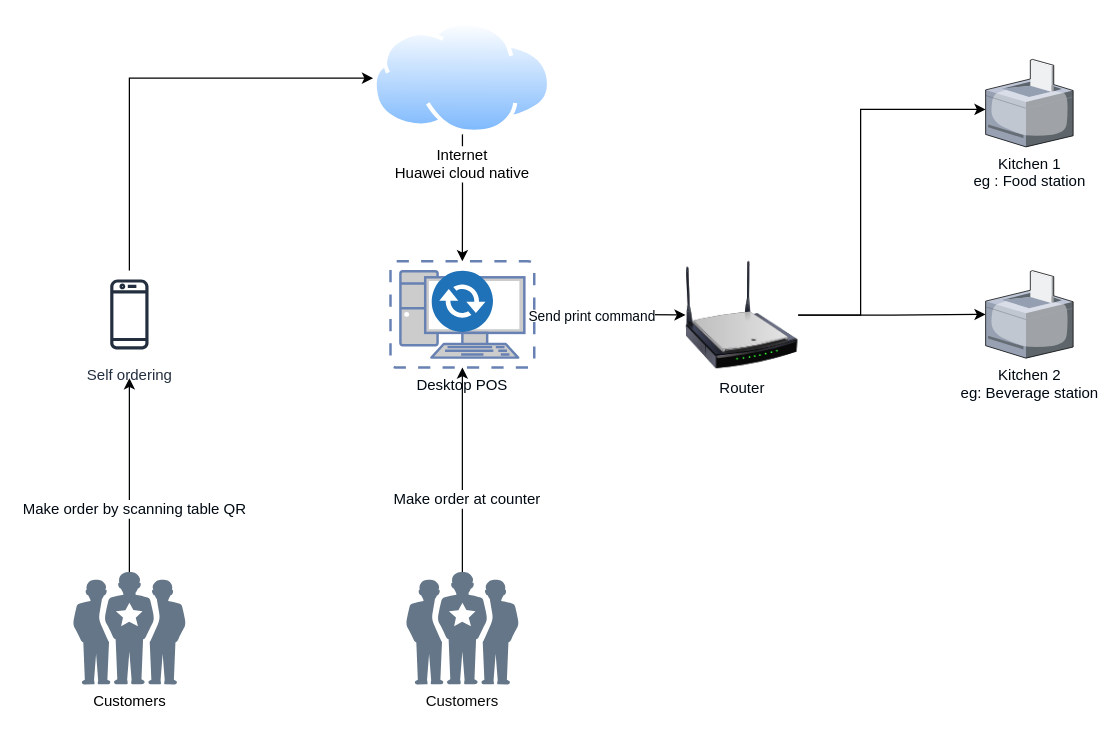
Before: Untitled Diagram.drawio in alifhaikal88/alifhaikal88.github.io, a draw.io diagram. Source tidied: cells renumbered, new cells numbered last; positions are measured from the earlier drawing's top-left corner, leaving out a move shared by most shapes. Both pictures are drawn from the tidied source at 125%, with x=0, y=0 at pixel (72, 21).
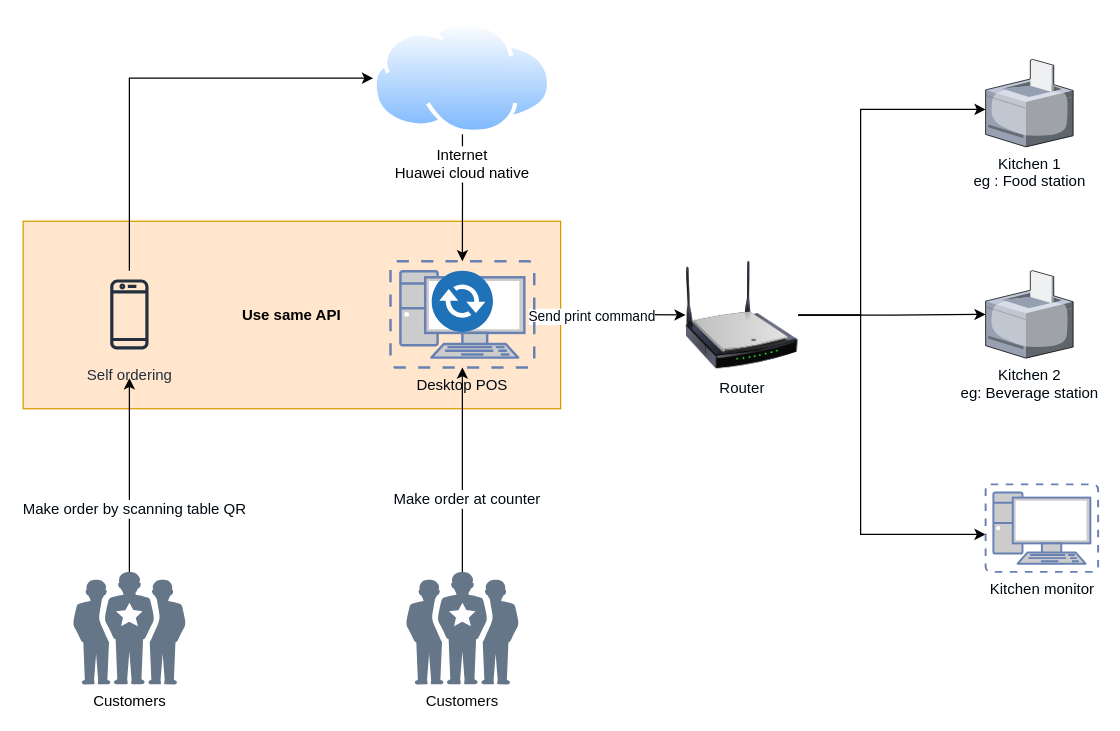
After the change.

The change refers to these unchanged cells:
```xml
<mxCell id="16" value="Router" style="image;html=1;image=img/lib/clip_art/networking/Wireless_Router_N_128x128.png;fontColor=#000912;" parent="1" vertex="1">
  <mxGeometry x="490" y="190" width="90" height="89" as="geometry" />
</mxCell>
```

Diff of the diagram source:
```diff
@@
+    <mxCell id="21" value="&lt;b&gt;Use same API&lt;/b&gt;" style="rounded=0;whiteSpace=wrap;html=1;fillColor=#ffe6cc;strokeColor=#d79b00;" parent="1" vertex="1">
+      <mxGeometry x="-40" y="159.5" width="430" height="150" as="geometry" />
+    </mxCell>
@@
-    <mxCell id="3" value="Self ordering&lt;br&gt;" style="sketch=0;outlineConnect=0;fontColor=#232F3E;gradientColor=none;strokeColor=#232F3E;fillColor=#ffffff;dashed=0;verticalLabelPosition=bottom;verticalAlign=top;align=center;html=1;fontSize=12;fontStyle=0;shape=mxgraph.aws4.resourceIcon;resIcon=mxgraph.aws4.mobile_client;" parent="1" vertex="1">
+    <mxCell id="3" value="Self ordering&lt;br&gt;" style="sketch=0;outlineConnect=0;fontColor=#232F3E;gradientColor=none;strokeColor=#232F3E;fillColor=none;dashed=0;verticalLabelPosition=bottom;verticalAlign=top;align=center;html=1;fontSize=12;fontStyle=0;shape=mxgraph.aws4.resourceIcon;resIcon=mxgraph.aws4.mobile_client;" parent="1" vertex="1">
       <mxGeometry x="10" y="199" width="70" height="70" as="geometry" />
     </mxCell>
@@
+    <mxCell id="22" style="edgeStyle=orthogonalEdgeStyle;rounded=0;jettySize=auto;html=1;exitX=1;exitY=0.5;exitDx=0;exitDy=0;" parent="1" edge="1" source="16" target="23">
+      <mxGeometry relative="1" as="geometry">
+        <Array as="points">
+          <mxPoint x="630" y="235" />
+          <mxPoint x="630" y="410" />
+        </Array>
+      </mxGeometry>
+    </mxCell>
@@
+    <mxCell id="23" value="Kitchen monitor" style="fontColor=#000912;verticalAlign=top;verticalLabelPosition=bottom;labelPosition=center;align=center;html=1;outlineConnect=0;fillColor=#CCCCCC;strokeColor=#6881B3;gradientColor=none;gradientDirection=north;strokeWidth=2;shape=mxgraph.networks.virtual_pc;" parent="1" vertex="1">
+      <mxGeometry x="730" y="370" width="90" height="70" as="geometry" />
+    </mxCell>
```
